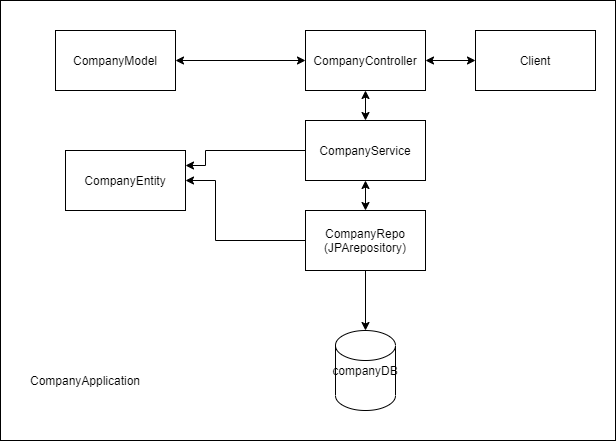
Before: companydetails/UML Diagrams/Company arch block.png, a diagram exported from draw.io (shubhgsgarg/stockmarket_backend). Source tidied: cells renumbered, new cells last; positions are measured from the earlier drawing's top-left corner, leaving out a move shared by most shapes. Source of this version:
```xml
<mxGraphModel>
  <root>
    <mxCell id="0" />
    <mxCell id="1" parent="0" />
    <mxCell id="2" style="rounded=0;whiteSpace=wrap;html=1;" parent="1" vertex="1">
      <mxGeometry width="615" height="440" as="geometry" />
    </mxCell>
    <mxCell id="3" value="CompanyModel" style="rounded=0;whiteSpace=wrap;html=1;" parent="1" vertex="1">
      <mxGeometry x="55" y="30" width="120" height="60" as="geometry" />
    </mxCell>
    <mxCell id="4" value="CompanyController" style="rounded=0;whiteSpace=wrap;html=1;" parent="1" vertex="1">
      <mxGeometry x="305" y="30" width="120" height="60" as="geometry" />
    </mxCell>
    <mxCell id="5" style="edgeStyle=orthogonalEdgeStyle;rounded=0;jettySize=auto;html=1;entryX=1;entryY=0.25;entryDx=0;entryDy=0;" parent="1" edge="1" source="6" target="14">
      <mxGeometry relative="1" as="geometry">
        <Array as="points">
          <mxPoint x="205" y="150" />
          <mxPoint x="205" y="165" />
        </Array>
      </mxGeometry>
    </mxCell>
    <mxCell id="6" value="CompanyService" style="rounded=0;whiteSpace=wrap;html=1;" parent="1" vertex="1">
      <mxGeometry x="305" y="120" width="120" height="60" as="geometry" />
    </mxCell>
    <mxCell id="7" style="edgeStyle=orthogonalEdgeStyle;rounded=0;jettySize=auto;html=1;entryX=1;entryY=0.5;entryDx=0;entryDy=0;" parent="1" edge="1" source="9" target="14">
      <mxGeometry relative="1" as="geometry">
        <Array as="points">
          <mxPoint x="215" y="240" />
          <mxPoint x="215" y="180" />
        </Array>
      </mxGeometry>
    </mxCell>
    <mxCell id="8" style="edgeStyle=orthogonalEdgeStyle;rounded=0;jettySize=auto;html=1;" parent="1" edge="1" source="9" target="10">
      <mxGeometry relative="1" as="geometry" />
    </mxCell>
    <mxCell id="9" value="CompanyRepo&lt;br&gt;(JPArepository)" style="rounded=0;whiteSpace=wrap;html=1;" parent="1" vertex="1">
      <mxGeometry x="305" y="210" width="120" height="60" as="geometry" />
    </mxCell>
    <mxCell id="10" value="companyDB" style="shape=cylinder2;whiteSpace=wrap;html=1;boundedLbl=1;backgroundOutline=1;size=15;" parent="1" vertex="1">
      <mxGeometry x="335" y="330" width="60" height="80" as="geometry" />
    </mxCell>
    <mxCell id="11" style="endArrow=classic;startArrow=classic;html=1;entryX=0.5;entryY=1;entryDx=0;entryDy=0;exitX=0.5;exitY=0;exitDx=0;exitDy=0;" parent="1" edge="1" source="6" target="4">
      <mxGeometry relative="1" as="geometry" />
    </mxCell>
    <mxCell id="12" style="endArrow=classic;startArrow=classic;html=1;entryX=0.5;entryY=0;entryDx=0;entryDy=0;exitX=0.5;exitY=1;exitDx=0;exitDy=0;" parent="1" edge="1" source="6" target="9">
      <mxGeometry relative="1" as="geometry" />
    </mxCell>
    <mxCell id="13" value="CompanyApplication" style="text;html=1;strokeColor=none;fillColor=none;align=center;verticalAlign=middle;whiteSpace=wrap;rounded=0;" parent="1" vertex="1">
      <mxGeometry x="65" y="370" width="40" height="20" as="geometry" />
    </mxCell>
    <mxCell id="14" value="CompanyEntity" style="rounded=0;whiteSpace=wrap;html=1;" parent="1" vertex="1">
      <mxGeometry x="65" y="150" width="120" height="60" as="geometry" />
    </mxCell>
    <mxCell id="15" style="endArrow=classic;startArrow=classic;html=1;exitX=1;exitY=0.5;exitDx=0;exitDy=0;entryX=0;entryY=0.5;entryDx=0;entryDy=0;" parent="1" edge="1" source="3" target="4">
      <mxGeometry relative="1" as="geometry" />
    </mxCell>
    <mxCell id="16" value="Client" style="rounded=0;whiteSpace=wrap;html=1;" parent="1" vertex="1">
      <mxGeometry x="475" y="30" width="120" height="60" as="geometry" />
    </mxCell>
    <mxCell id="17" style="endArrow=classic;startArrow=classic;html=1;entryX=0;entryY=0.5;entryDx=0;entryDy=0;exitX=1;exitY=0.5;exitDx=0;exitDy=0;" parent="1" edge="1" source="4" target="16">
      <mxGeometry relative="1" as="geometry" />
    </mxCell>
  </root>
</mxGraphModel>
```
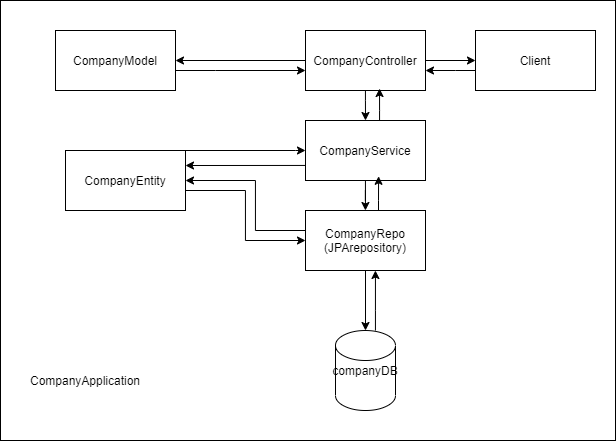
The same file after the commit.

What changed in the source:
```diff
@@ -5,60 +5,120 @@
     <mxCell id="2" style="rounded=0;whiteSpace=wrap;html=1;" parent="1" vertex="1">
       <mxGeometry width="615" height="440" as="geometry" />
     </mxCell>
-    <mxCell id="3" value="CompanyModel" style="rounded=0;whiteSpace=wrap;html=1;" parent="1" vertex="1">
-      <mxGeometry x="55" y="30" width="120" height="60" as="geometry" />
+    <mxCell id="3" style="edgeStyle=orthogonalEdgeStyle;rounded=0;jettySize=auto;html=1;" parent="1" edge="1" source="4" target="8">
+      <mxGeometry relative="1" as="geometry">
+        <Array as="points">
+          <mxPoint x="215" y="70" />
+          <mxPoint x="215" y="70" />
+        </Array>
+      </mxGeometry>
     </mxCell>
-    <mxCell id="4" value="CompanyController" style="rounded=0;whiteSpace=wrap;html=1;" parent="1" vertex="1">
-      <mxGeometry x="305" y="30" width="120" height="60" as="geometry" />
+    <mxCell id="4" value="CompanyModel" style="rounded=0;whiteSpace=wrap;html=1;" parent="1" vertex="1">
+      <mxGeometry x="55" y="30" width="120" height="60" as="geometry" />
     </mxCell>
-    <mxCell id="5" style="edgeStyle=orthogonalEdgeStyle;rounded=0;jettySize=auto;html=1;entryX=1;entryY=0.25;entryDx=0;entryDy=0;" parent="1" edge="1" source="6" target="14">
-      <mxGeometry relative="1" as="geometry">
-        <Array as="points">
-          <mxPoint x="205" y="150" />
-          <mxPoint x="205" y="165" />
-        </Array>
-      </mxGeometry>
+    <mxCell id="5" style="edgeStyle=orthogonalEdgeStyle;rounded=0;jettySize=auto;html=1;entryX=1;entryY=0.5;entryDx=0;entryDy=0;" parent="1" edge="1" source="8" target="4">
+      <mxGeometry relative="1" as="geometry" />
     </mxCell>
-    <mxCell id="6" value="CompanyService" style="rounded=0;whiteSpace=wrap;html=1;" parent="1" vertex="1">
-      <mxGeometry x="305" y="120" width="120" height="60" as="geometry" />
+    <mxCell id="6" style="edgeStyle=orthogonalEdgeStyle;rounded=0;jettySize=auto;html=1;" parent="1" edge="1" source="8" target="24">
+      <mxGeometry relative="1" as="geometry" />
     </mxCell>
-    <mxCell id="7" style="edgeStyle=orthogonalEdgeStyle;rounded=0;jettySize=auto;html=1;entryX=1;entryY=0.5;entryDx=0;entryDy=0;" parent="1" edge="1" source="9" target="14">
+    <mxCell id="7" style="edgeStyle=orthogonalEdgeStyle;rounded=0;jettySize=auto;html=1;entryX=0.5;entryY=0;entryDx=0;entryDy=0;" parent="1" edge="1" source="8" target="12">
       <mxGeometry relative="1" as="geometry">
         <Array as="points">
-          <mxPoint x="215" y="240" />
-          <mxPoint x="215" y="180" />
+          <mxPoint x="365" y="100" />
+          <mxPoint x="365" y="100" />
         </Array>
       </mxGeometry>
     </mxCell>
-    <mxCell id="8" style="edgeStyle=orthogonalEdgeStyle;rounded=0;jettySize=auto;html=1;" parent="1" edge="1" source="9" target="10">
-      <mxGeometry relative="1" as="geometry" />
+    <mxCell id="8" value="CompanyController" style="rounded=0;whiteSpace=wrap;html=1;" parent="1" vertex="1">
+      <mxGeometry x="305" y="30" width="120" height="60" as="geometry" />
     </mxCell>
-    <mxCell id="9" value="CompanyRepo&lt;br&gt;(JPArepository)" style="rounded=0;whiteSpace=wrap;html=1;" parent="1" vertex="1">
-      <mxGeometry x="305" y="210" width="120" height="60" as="geometry" />
+    <mxCell id="9" style="edgeStyle=orthogonalEdgeStyle;rounded=0;jettySize=auto;html=1;entryX=1;entryY=0.25;entryDx=0;entryDy=0;" parent="1" edge="1" source="12" target="22">
+      <mxGeometry relative="1" as="geometry">
+        <Array as="points">
+          <mxPoint x="305" y="165" />
+        </Array>
+      </mxGeometry>
     </mxCell>
-    <mxCell id="10" value="companyDB" style="shape=cylinder2;whiteSpace=wrap;html=1;boundedLbl=1;backgroundOutline=1;size=15;" parent="1" vertex="1">
-      <mxGeometry x="335" y="330" width="60" height="80" as="geometry" />
+    <mxCell id="10" style="edgeStyle=orthogonalEdgeStyle;rounded=0;jettySize=auto;html=1;" parent="1" edge="1" source="12" target="16">
+      <mxGeometry relative="1" as="geometry" />
     </mxCell>
-    <mxCell id="11" style="endArrow=classic;startArrow=classic;html=1;entryX=0.5;entryY=1;entryDx=0;entryDy=0;exitX=0.5;exitY=0;exitDx=0;exitDy=0;" parent="1" edge="1" source="6" target="4">
-      <mxGeometry relative="1" as="geometry" />
+    <mxCell id="11" style="edgeStyle=orthogonalEdgeStyle;rounded=0;jettySize=auto;html=1;entryX=0.617;entryY=0.967;entryDx=0;entryDy=0;entryPerimeter=0;" parent="1" edge="1" source="12" target="8">
+      <mxGeometry relative="1" as="geometry">
+        <Array as="points">
+          <mxPoint x="379" y="110" />
+          <mxPoint x="379" y="110" />
+        </Array>
+      </mxGeometry>
     </mxCell>
-    <mxCell id="12" style="endArrow=classic;startArrow=classic;html=1;entryX=0.5;entryY=0;entryDx=0;entryDy=0;exitX=0.5;exitY=1;exitDx=0;exitDy=0;" parent="1" edge="1" source="6" target="9">
-      <mxGeometry relative="1" as="geometry" />
+    <mxCell id="12" value="CompanyService" style="rounded=0;whiteSpace=wrap;html=1;" parent="1" vertex="1">
+      <mxGeometry x="305" y="120" width="120" height="60" as="geometry" />
     </mxCell>
-    <mxCell id="13" value="CompanyApplication" style="text;html=1;strokeColor=none;fillColor=none;align=center;verticalAlign=middle;whiteSpace=wrap;rounded=0;" parent="1" vertex="1">
-      <mxGeometry x="65" y="370" width="40" height="20" as="geometry" />
+    <mxCell id="13" style="edgeStyle=orthogonalEdgeStyle;rounded=0;jettySize=auto;html=1;entryX=1;entryY=0.5;entryDx=0;entryDy=0;" parent="1" edge="1" source="16" target="22">
+      <mxGeometry relative="1" as="geometry">
+        <Array as="points">
+          <mxPoint x="255" y="230" />
+          <mxPoint x="255" y="180" />
+        </Array>
+      </mxGeometry>
     </mxCell>
-    <mxCell id="14" value="CompanyEntity" style="rounded=0;whiteSpace=wrap;html=1;" parent="1" vertex="1">
-      <mxGeometry x="65" y="150" width="120" height="60" as="geometry" />
+    <mxCell id="14" style="edgeStyle=orthogonalEdgeStyle;rounded=0;jettySize=auto;html=1;" parent="1" edge="1" source="16" target="18">
+      <mxGeometry relative="1" as="geometry" />
     </mxCell>
-    <mxCell id="15" style="endArrow=classic;startArrow=classic;html=1;exitX=1;exitY=0.5;exitDx=0;exitDy=0;entryX=0;entryY=0.5;entryDx=0;entryDy=0;" parent="1" edge="1" source="3" target="4">
-      <mxGeometry relative="1" as="geometry" />
+    <mxCell id="15" style="edgeStyle=orthogonalEdgeStyle;rounded=0;jettySize=auto;html=1;entryX=0.609;entryY=0.93;entryDx=0;entryDy=0;entryPerimeter=0;" parent="1" edge="1" source="16" target="12">
+      <mxGeometry relative="1" as="geometry">
+        <Array as="points">
+          <mxPoint x="378" y="200" />
+          <mxPoint x="378" y="200" />
+        </Array>
+      </mxGeometry>
     </mxCell>
-    <mxCell id="16" value="Client" style="rounded=0;whiteSpace=wrap;html=1;" parent="1" vertex="1">
-      <mxGeometry x="475" y="30" width="120" height="60" as="geometry" />
+    <mxCell id="16" value="CompanyRepo&lt;br&gt;(JPArepository)" style="rounded=0;whiteSpace=wrap;html=1;" parent="1" vertex="1">
+      <mxGeometry x="305" y="210" width="120" height="60" as="geometry" />
     </mxCell>
-    <mxCell id="17" style="endArrow=classic;startArrow=classic;html=1;entryX=0;entryY=0.5;entryDx=0;entryDy=0;exitX=1;exitY=0.5;exitDx=0;exitDy=0;" parent="1" edge="1" source="4" target="16">
-      <mxGeometry relative="1" as="geometry" />
+    <mxCell id="17" style="edgeStyle=orthogonalEdgeStyle;rounded=0;jettySize=auto;html=1;" parent="1" edge="1" source="18" target="16">
+      <mxGeometry relative="1" as="geometry">
+        <Array as="points">
+          <mxPoint x="375" y="310" />
+          <mxPoint x="375" y="310" />
+        </Array>
+      </mxGeometry>
     </mxCell>
+    <mxCell id="18" value="companyDB" style="shape=cylinder2;whiteSpace=wrap;html=1;boundedLbl=1;backgroundOutline=1;size=15;" parent="1" vertex="1">
+      <mxGeometry x="335" y="330" width="60" height="80" as="geometry" />
+    </mxCell>
+    <mxCell id="19" value="CompanyApplication" style="text;html=1;strokeColor=none;fillColor=none;align=center;verticalAlign=middle;whiteSpace=wrap;rounded=0;" parent="1" vertex="1">
+      <mxGeometry x="65" y="370" width="40" height="20" as="geometry" />
+    </mxCell>
+    <mxCell id="20" style="edgeStyle=orthogonalEdgeStyle;rounded=0;jettySize=auto;html=1;entryX=0;entryY=0.5;entryDx=0;entryDy=0;exitX=1;exitY=0;exitDx=0;exitDy=0;" parent="1" edge="1" source="22" target="12">
+      <mxGeometry relative="1" as="geometry">
+        <Array as="points">
+          <mxPoint x="295" y="150" />
+          <mxPoint x="295" y="150" />
+        </Array>
+      </mxGeometry>
+    </mxCell>
+    <mxCell id="21" style="edgeStyle=orthogonalEdgeStyle;rounded=0;jettySize=auto;html=1;entryX=0;entryY=0.5;entryDx=0;entryDy=0;" parent="1" edge="1" source="22" target="16">
+      <mxGeometry relative="1" as="geometry">
+        <Array as="points">
+          <mxPoint x="245" y="190" />
+          <mxPoint x="245" y="240" />
+        </Array>
+      </mxGeometry>
+    </mxCell>
+    <mxCell id="22" value="CompanyEntity" style="rounded=0;whiteSpace=wrap;html=1;" parent="1" vertex="1">
+      <mxGeometry x="65" y="150" width="120" height="60" as="geometry" />
+    </mxCell>
+    <mxCell id="23" style="edgeStyle=orthogonalEdgeStyle;rounded=0;jettySize=auto;html=1;" parent="1" edge="1" source="24" target="8">
+      <mxGeometry relative="1" as="geometry">
+        <Array as="points">
+          <mxPoint x="455" y="70" />
+          <mxPoint x="455" y="70" />
+        </Array>
+      </mxGeometry>
+    </mxCell>
+    <mxCell id="24" value="Client" style="rounded=0;whiteSpace=wrap;html=1;" parent="1" vertex="1">
+      <mxGeometry x="475" y="30" width="120" height="60" as="geometry" />
+    </mxCell>
   </root>
 </mxGraphModel>
```
